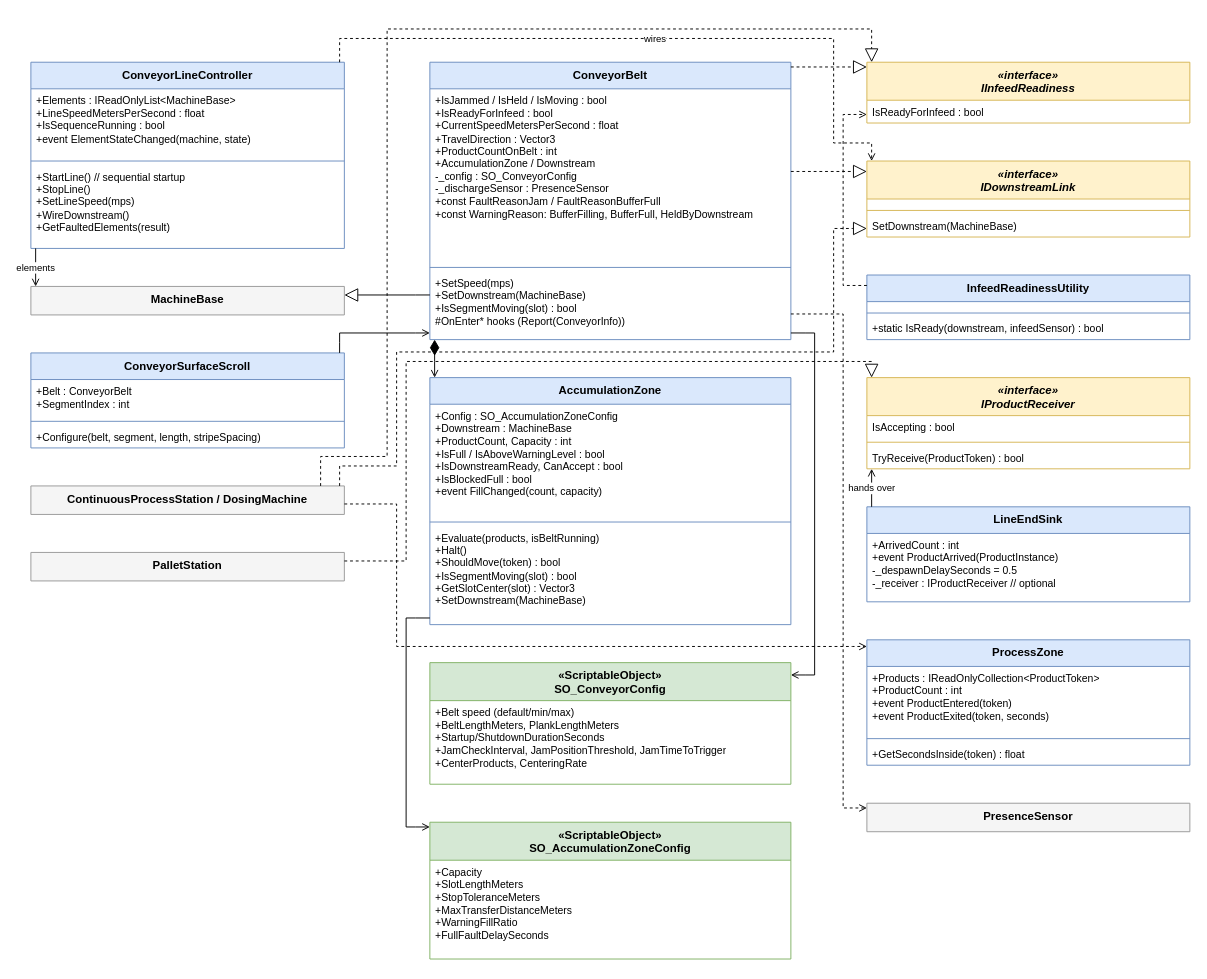
Above: page "4 Conveyor & Line" (4 of 11) of Docs/UML/FPS-UML.drawio in letusgetLogic/food-production-simulator (draw.io), before the change. Source tidied: cells renumbered, new cells numbered last; positions are measured from the earlier drawing's top-left corner, leaving out a move shared by most shapes. Both pictures are drawn from the tidied source at 95%, with x=0, y=0 at pixel (30, 28).
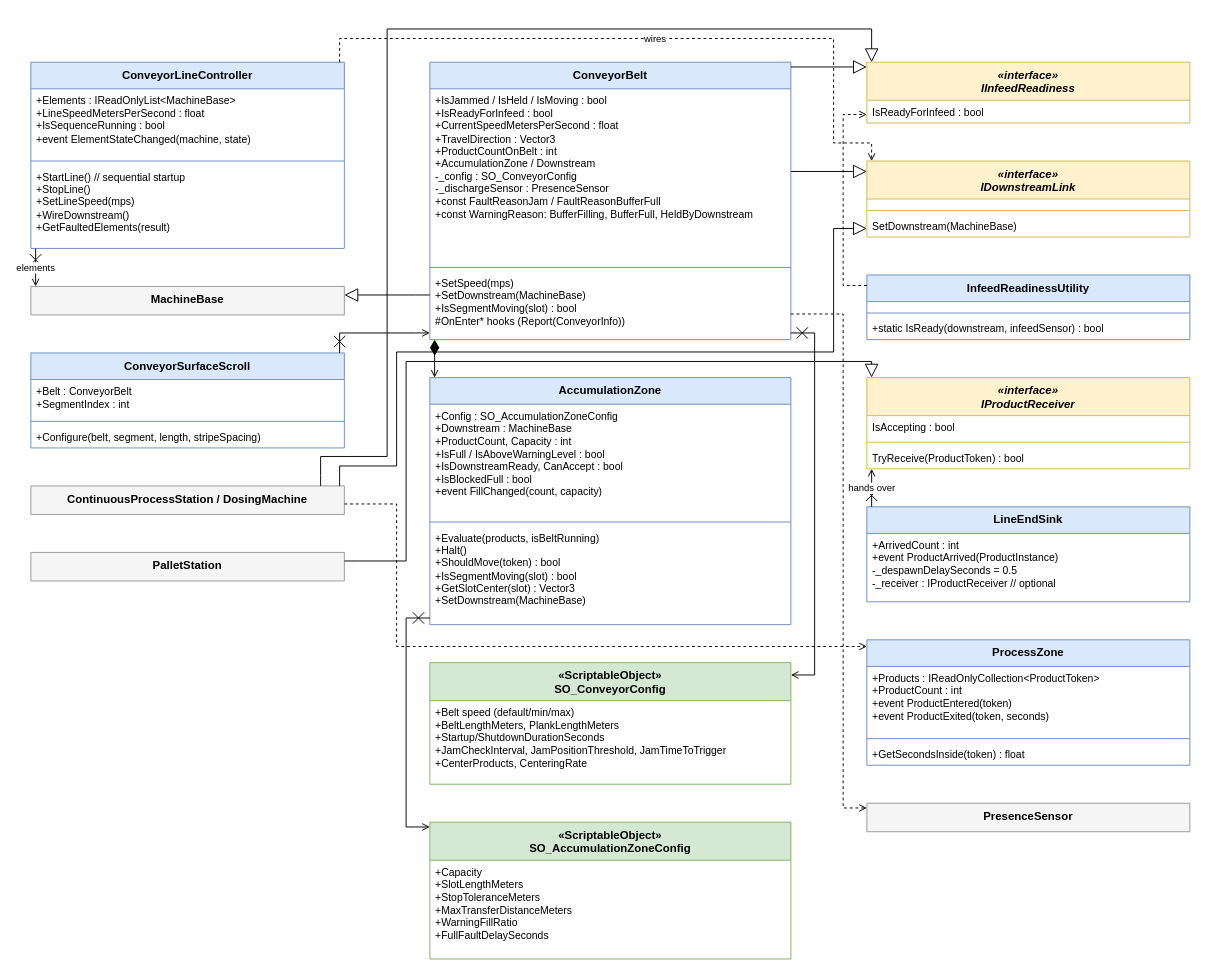
The same page after the edit.

The change refers to these unchanged cells:
```xml
<mxCell id="2" value="ConveyorLineController" style="swimlane;fontStyle=1;align=center;verticalAlign=top;horizontal=1;startSize=28;whiteSpace=wrap;html=1;fillColor=#dae8fc;strokeColor=#6c8ebf;" parent="1" vertex="1">
  <mxGeometry y="35" width="330" height="196" as="geometry" />
</mxCell>
<mxCell id="6" value="MachineBase" style="swimlane;fontStyle=1;align=center;verticalAlign=top;horizontal=1;startSize=30;whiteSpace=wrap;html=1;fillColor=#f5f5f5;strokeColor=#999999;" parent="1" vertex="1">
  <mxGeometry y="271" width="330" height="30" as="geometry" />
</mxCell>
<mxCell id="7" value="ConveyorSurfaceScroll" style="swimlane;fontStyle=1;align=center;verticalAlign=top;horizontal=1;startSize=28;whiteSpace=wrap;html=1;fillColor=#dae8fc;strokeColor=#6c8ebf;" parent="1" vertex="1">
  <mxGeometry y="341" width="330" height="100" as="geometry" />
</mxCell>
<mxCell id="11" value="ContinuousProcessStation / DosingMachine" style="swimlane;fontStyle=1;align=center;verticalAlign=top;horizontal=1;startSize=30;whiteSpace=wrap;html=1;fillColor=#f5f5f5;strokeColor=#999999;" parent="1" vertex="1">
  <mxGeometry y="481" width="330" height="30" as="geometry" />
</mxCell>
<mxCell id="12" value="PalletStation" style="swimlane;fontStyle=1;align=center;verticalAlign=top;horizontal=1;startSize=30;whiteSpace=wrap;html=1;fillColor=#f5f5f5;strokeColor=#999999;" parent="1" vertex="1">
  <mxGeometry y="551" width="330" height="30" as="geometry" />
</mxCell>
<mxCell id="13" value="ConveyorBelt" style="swimlane;fontStyle=1;align=center;verticalAlign=top;horizontal=1;startSize=28;whiteSpace=wrap;html=1;fillColor=#dae8fc;strokeColor=#6c8ebf;" parent="1" vertex="1">
  <mxGeometry x="420" y="35" width="380" height="292" as="geometry" />
</mxCell>
<mxCell id="17" value="AccumulationZone" style="swimlane;fontStyle=1;align=center;verticalAlign=top;horizontal=1;startSize=28;whiteSpace=wrap;html=1;fillColor=#dae8fc;strokeColor=#6c8ebf;" parent="1" vertex="1">
  <mxGeometry x="420" y="367" width="380" height="260" as="geometry" />
</mxCell>
<mxCell id="21" value="«ScriptableObject»&lt;br&gt;SO_ConveyorConfig" style="swimlane;fontStyle=1;align=center;verticalAlign=top;horizontal=1;startSize=40;whiteSpace=wrap;html=1;fillColor=#d5e8d4;strokeColor=#82b366;" parent="1" vertex="1">
  <mxGeometry x="420" y="667" width="380" height="128" as="geometry" />
</mxCell>
<mxCell id="23" value="«ScriptableObject»&lt;br&gt;SO_AccumulationZoneConfig" style="swimlane;fontStyle=1;align=center;verticalAlign=top;horizontal=1;startSize=40;whiteSpace=wrap;html=1;fillColor=#d5e8d4;strokeColor=#82b366;" parent="1" vertex="1">
  <mxGeometry x="420" y="835" width="380" height="144" as="geometry" />
</mxCell>
<mxCell id="25" value="«interface»&lt;br&gt;IInfeedReadiness" style="swimlane;fontStyle=3;align=center;verticalAlign=top;horizontal=1;startSize=40;whiteSpace=wrap;html=1;fillColor=#fff2cc;strokeColor=#d6b656;" parent="1" vertex="1">
  <mxGeometry x="880" y="35" width="340" height="64" as="geometry" />
</mxCell>
<mxCell id="27" value="«interface»&lt;br&gt;IDownstreamLink" style="swimlane;fontStyle=3;align=center;verticalAlign=top;horizontal=1;startSize=40;whiteSpace=wrap;html=1;fillColor=#fff2cc;strokeColor=#d6b656;" parent="1" vertex="1">
  <mxGeometry x="880" y="139" width="340" height="80" as="geometry" />
</mxCell>
<mxCell id="35" value="«interface»&lt;br&gt;IProductReceiver" style="swimlane;fontStyle=3;align=center;verticalAlign=top;horizontal=1;startSize=40;whiteSpace=wrap;html=1;fillColor=#fff2cc;strokeColor=#d6b656;" parent="1" vertex="1">
  <mxGeometry x="880" y="367" width="340" height="96" as="geometry" />
</mxCell>
<mxCell id="39" value="LineEndSink" style="swimlane;fontStyle=1;align=center;verticalAlign=top;horizontal=1;startSize=28;whiteSpace=wrap;html=1;fillColor=#dae8fc;strokeColor=#6c8ebf;" parent="1" vertex="1">
  <mxGeometry x="880" y="503" width="340" height="100" as="geometry" />
</mxCell>
```

Change to the diagram source:
```diff
@@
-    <mxCell id="46" value="hands over" style="html=1;rounded=0;fontSize=10;labelBackgroundColor=#ffffff;edgeStyle=none;endArrow=open;endFill=0;exitX=0.0147;exitY=0.0000;exitDx=0;exitDy=0;entryX=0.0147;entryY=1.0000;entryDx=0;entryDy=0;" parent="1" edge="1" source="39" target="35">
+    <mxCell id="46" value="hands over" style="html=1;rounded=0;fontSize=10;labelBackgroundColor=#ffffff;edgeStyle=none;endArrow=open;endFill=0;exitX=0.0147;exitY=0.0000;exitDx=0;exitDy=0;entryX=0.0147;entryY=1.0000;entryDx=0;entryDy=0;startArrow=cross;startSize=10;startFill=0;" parent="1" edge="1" source="39" target="35">
       <mxGeometry relative="1" as="geometry">
         <Array as="points">
           <mxPoint x="885" y="490" />
           <mxPoint x="885" y="480" />
         </Array>
       </mxGeometry>
     </mxCell>
-    <mxCell id="47" value="elements" style="html=1;rounded=0;fontSize=10;labelBackgroundColor=#ffffff;edgeStyle=none;endArrow=open;endFill=0;exitX=0.0152;exitY=1.0000;exitDx=0;exitDy=0;entryX=0.0152;entryY=0.0000;entryDx=0;entryDy=0;" parent="1" edge="1" source="2" target="6">
+    <mxCell id="47" value="elements" style="html=1;rounded=0;fontSize=10;labelBackgroundColor=#ffffff;edgeStyle=none;endArrow=open;endFill=0;exitX=0.0152;exitY=1.0000;exitDx=0;exitDy=0;entryX=0.0152;entryY=0.0000;entryDx=0;entryDy=0;startArrow=cross;startSize=10;startFill=0;" parent="1" edge="1" source="2" target="6">
       <mxGeometry relative="1" as="geometry">
         <Array as="points">
           <mxPoint x="5" y="250" />
           <mxPoint x="5" y="260" />
         </Array>
       </mxGeometry>
     </mxCell>
@@
-    <mxCell id="50" style="html=1;rounded=0;fontSize=10;labelBackgroundColor=#ffffff;edgeStyle=none;endArrow=open;endFill=0;exitX=0.0000;exitY=0.9731;exitDx=0;exitDy=0;entryX=0.0000;entryY=0.0347;entryDx=0;entryDy=0;" parent="1" edge="1" source="17" target="23">
+    <mxCell id="50" style="html=1;rounded=0;fontSize=10;labelBackgroundColor=#ffffff;edgeStyle=none;endArrow=open;endFill=0;exitX=0.0000;exitY=0.9731;exitDx=0;exitDy=0;entryX=0.0000;entryY=0.0347;entryDx=0;entryDy=0;startArrow=cross;startSize=10;startFill=0;" parent="1" edge="1" source="17" target="23">
       <mxGeometry relative="1" as="geometry">
         <Array as="points">
           <mxPoint x="405" y="620" />
           <mxPoint x="395" y="620" />
           <mxPoint x="395" y="840" />
           <mxPoint x="405" y="840" />
         </Array>
       </mxGeometry>
     </mxCell>
-    <mxCell id="51" style="html=1;rounded=0;fontSize=10;labelBackgroundColor=#ffffff;edgeStyle=none;endArrow=block;endFill=0;endSize=12;dashed=1;exitX=1.0000;exitY=0.3938;exitDx=0;exitDy=0;entryX=0.0000;entryY=0.1375;entryDx=0;entryDy=0;" parent="1" edge="1" source="13" target="27">
+    <mxCell id="51" style="html=1;rounded=0;fontSize=10;labelBackgroundColor=#ffffff;edgeStyle=none;endArrow=block;endFill=0;endSize=12;exitX=1.0000;exitY=0.3938;exitDx=0;exitDy=0;entryX=0.0000;entryY=0.1375;entryDx=0;entryDy=0;" parent="1" edge="1" source="13" target="27">
       <mxGeometry relative="1" as="geometry">
         <Array as="points">
           <mxPoint x="815" y="150" />
           <mxPoint x="865" y="150" />
         </Array>
       </mxGeometry>
     </mxCell>
@@
-    <mxCell id="53" style="html=1;rounded=0;fontSize=10;labelBackgroundColor=#ffffff;edgeStyle=none;endArrow=open;endFill=0;exitX=1.0000;exitY=0.9760;exitDx=0;exitDy=0;entryX=1.0000;entryY=0.1016;entryDx=0;entryDy=0;" parent="1" edge="1" source="13" target="21">
+    <mxCell id="53" style="html=1;rounded=0;fontSize=10;labelBackgroundColor=#ffffff;edgeStyle=none;endArrow=open;endFill=0;exitX=1.0000;exitY=0.9760;exitDx=0;exitDy=0;entryX=1.0000;entryY=0.1016;entryDx=0;entryDy=0;startArrow=cross;startSize=10;startFill=0;" parent="1" edge="1" source="13" target="21">
       <mxGeometry relative="1" as="geometry">
         <Array as="points">
           <mxPoint x="815" y="320" />
           <mxPoint x="825" y="320" />
           <mxPoint x="825" y="680" />
           <mxPoint x="815" y="680" />
         </Array>
       </mxGeometry>
     </mxCell>
-    <mxCell id="54" style="html=1;rounded=0;fontSize=10;labelBackgroundColor=#ffffff;edgeStyle=none;endArrow=block;endFill=0;endSize=12;dashed=1;exitX=1.0000;exitY=0.0171;exitDx=0;exitDy=0;entryX=0.0000;entryY=0.0781;entryDx=0;entryDy=0;" parent="1" edge="1" source="13" target="25">
+    <mxCell id="54" style="html=1;rounded=0;fontSize=10;labelBackgroundColor=#ffffff;edgeStyle=none;endArrow=block;endFill=0;endSize=12;exitX=1.0000;exitY=0.0171;exitDx=0;exitDy=0;entryX=0.0000;entryY=0.0781;entryDx=0;entryDy=0;" parent="1" edge="1" source="13" target="25">
       <mxGeometry relative="1" as="geometry">
         <Array as="points">
           <mxPoint x="815" y="40" />
           <mxPoint x="865" y="40" />
         </Array>
       </mxGeometry>
     </mxCell>
-    <mxCell id="55" style="html=1;rounded=0;fontSize=10;labelBackgroundColor=#ffffff;edgeStyle=none;endArrow=open;endFill=0;exitX=0.9848;exitY=0.0000;exitDx=0;exitDy=0;entryX=0.0000;entryY=0.9760;entryDx=0;entryDy=0;" parent="1" edge="1" source="7" target="13">
+    <mxCell id="55" style="html=1;rounded=0;fontSize=10;labelBackgroundColor=#ffffff;edgeStyle=none;endArrow=open;endFill=0;exitX=0.9848;exitY=0.0000;exitDx=0;exitDy=0;entryX=0.0000;entryY=0.9760;entryDx=0;entryDy=0;startArrow=cross;startSize=10;startFill=0;" parent="1" edge="1" source="7" target="13">
       <mxGeometry relative="1" as="geometry">
         <Array as="points">
           <mxPoint x="325" y="330" />
           <mxPoint x="325" y="320" />
           <mxPoint x="405" y="320" />
         </Array>
       </mxGeometry>
     </mxCell>
@@
-    <mxCell id="57" style="html=1;rounded=0;fontSize=10;labelBackgroundColor=#ffffff;edgeStyle=none;endArrow=block;endFill=0;endSize=12;dashed=1;exitX=1.0000;exitY=0.3000;exitDx=0;exitDy=0;entryX=0.0147;entryY=0.0000;entryDx=0;entryDy=0;" parent="1" edge="1" source="12" target="35">
+    <mxCell id="57" style="html=1;rounded=0;fontSize=10;labelBackgroundColor=#ffffff;edgeStyle=none;endArrow=block;endFill=0;endSize=12;exitX=1.0000;exitY=0.3000;exitDx=0;exitDy=0;entryX=0.0147;entryY=0.0000;entryDx=0;entryDy=0;" parent="1" edge="1" source="12" target="35">
       <mxGeometry relative="1" as="geometry">
         <Array as="points">
           <mxPoint x="345" y="560" />
           <mxPoint x="395" y="560" />
           <mxPoint x="395" y="350" />
           <mxPoint x="885" y="350" />
         </Array>
       </mxGeometry>
     </mxCell>
@@
-    <mxCell id="60" style="html=1;rounded=0;fontSize=10;labelBackgroundColor=#ffffff;edgeStyle=none;endArrow=block;endFill=0;endSize=12;dashed=1;exitX=0.9848;exitY=0.0000;exitDx=0;exitDy=0;entryX=0.0000;entryY=0.8875;entryDx=0;entryDy=0;" parent="1" edge="1" source="11" target="27">
+    <mxCell id="60" style="html=1;rounded=0;fontSize=10;labelBackgroundColor=#ffffff;edgeStyle=none;endArrow=block;endFill=0;endSize=12;exitX=0.9848;exitY=0.0000;exitDx=0;exitDy=0;entryX=0.0000;entryY=0.8875;entryDx=0;entryDy=0;" parent="1" edge="1" source="11" target="27">
       <mxGeometry relative="1" as="geometry">
         <Array as="points">
           <mxPoint x="325" y="470" />
           <mxPoint x="325" y="460" />
           <mxPoint x="385" y="460" />
           <mxPoint x="385" y="340" />
           <mxPoint x="845" y="340" />
           <mxPoint x="845" y="210" />
           <mxPoint x="865" y="210" />
         </Array>
       </mxGeometry>
     </mxCell>
-    <mxCell id="61" style="html=1;rounded=0;fontSize=10;labelBackgroundColor=#ffffff;edgeStyle=none;endArrow=block;endFill=0;endSize=12;dashed=1;exitX=0.9242;exitY=0.0000;exitDx=0;exitDy=0;entryX=0.0147;entryY=0.0000;entryDx=0;entryDy=0;" parent="1" edge="1" source="11" target="25">
+    <mxCell id="61" style="html=1;rounded=0;fontSize=10;labelBackgroundColor=#ffffff;edgeStyle=none;endArrow=block;endFill=0;endSize=12;exitX=0.9242;exitY=0.0000;exitDx=0;exitDy=0;entryX=0.0147;entryY=0.0000;entryDx=0;entryDy=0;" parent="1" edge="1" source="11" target="25">
       <mxGeometry relative="1" as="geometry">
         <Array as="points">
           <mxPoint x="305" y="470" />
           <mxPoint x="305" y="450" />
           <mxPoint x="375" y="450" />
           <mxPoint x="375" />
           <mxPoint x="885" />
           <mxPoint x="885" y="20" />
         </Array>
       </mxGeometry>
     </mxCell>
```
